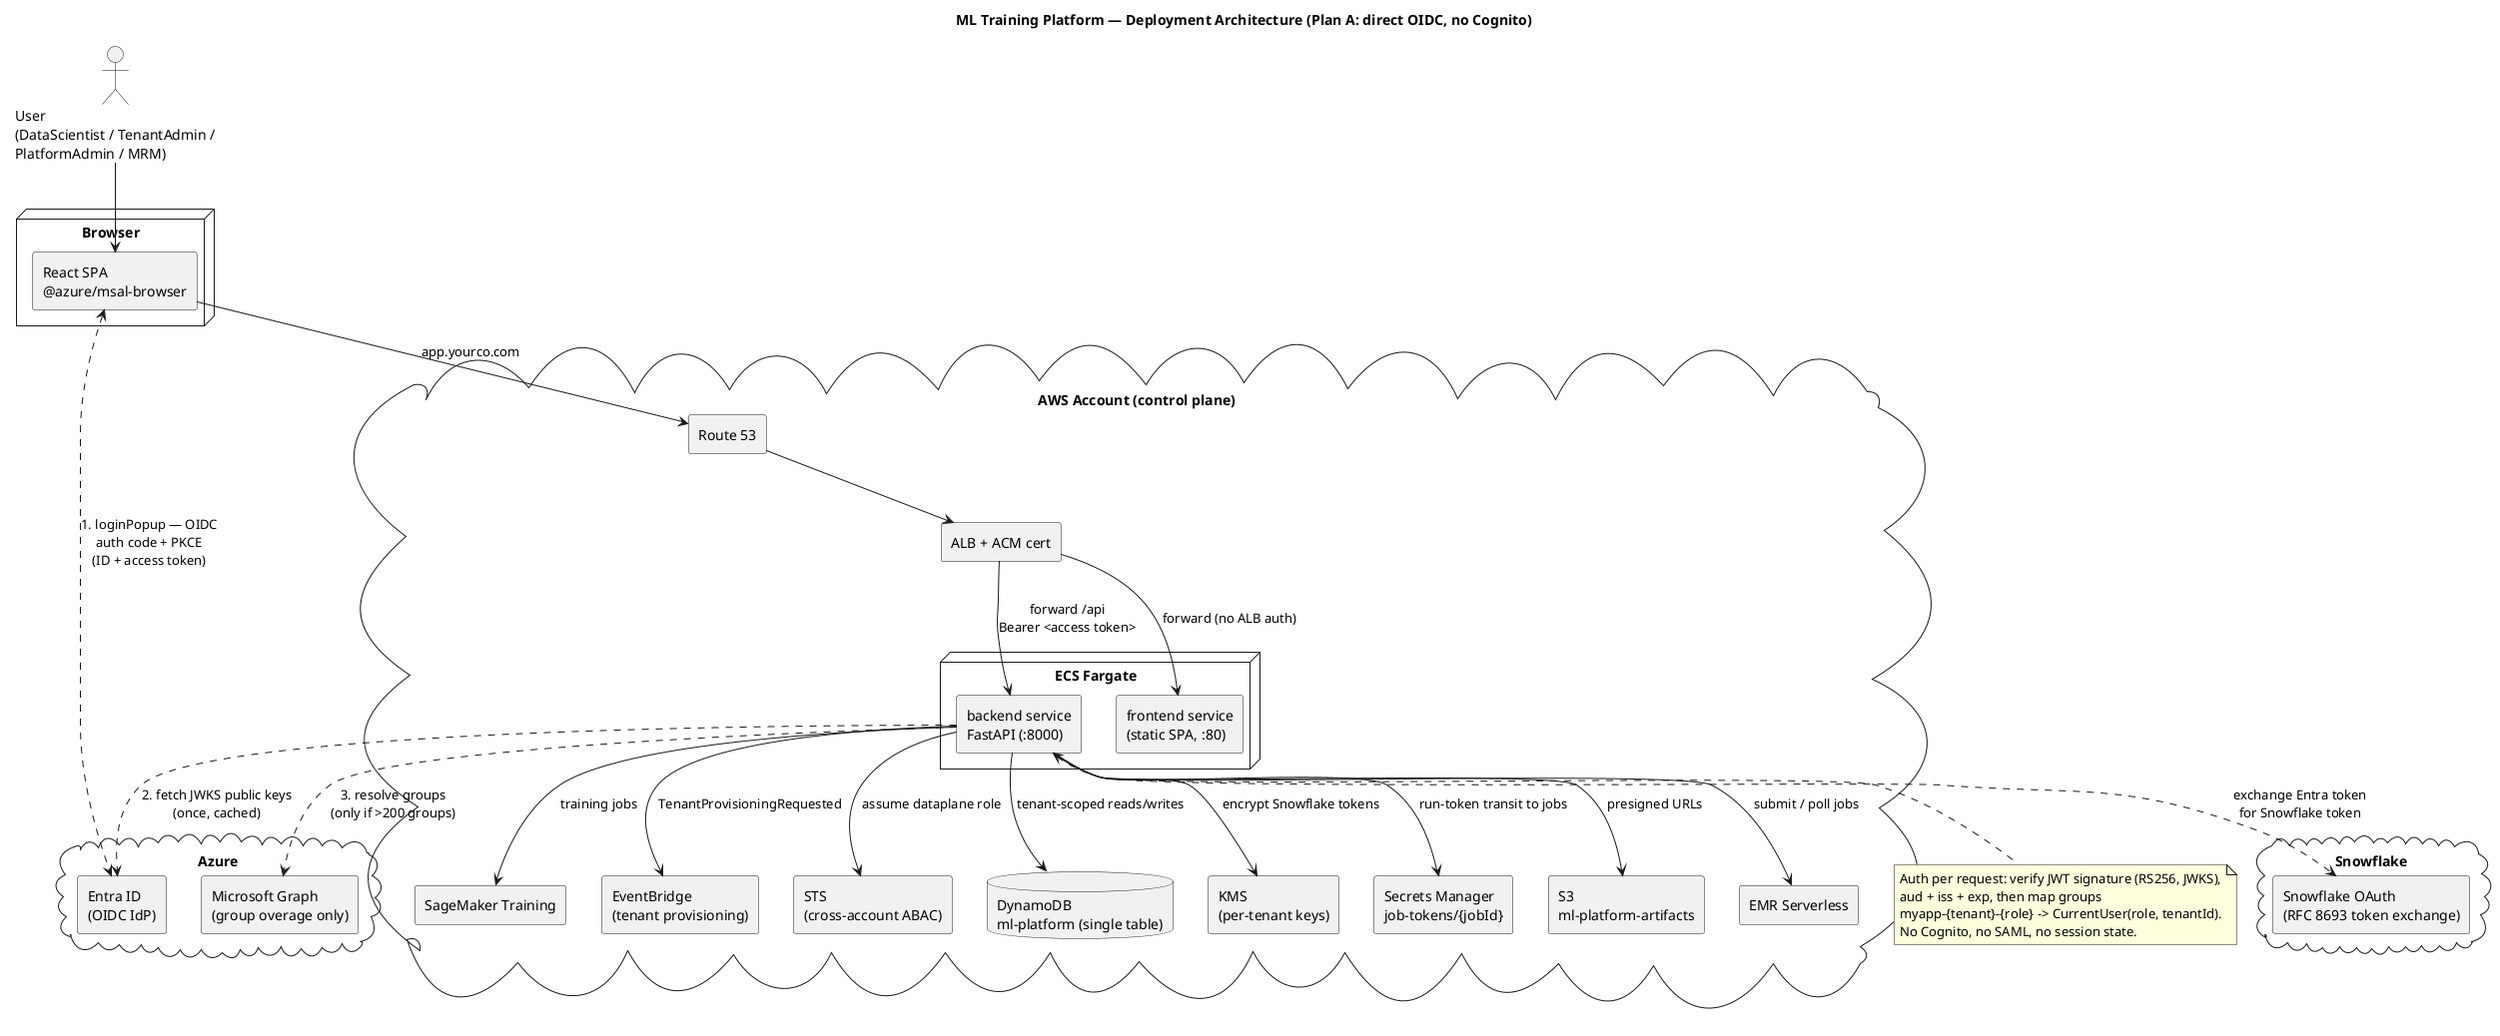
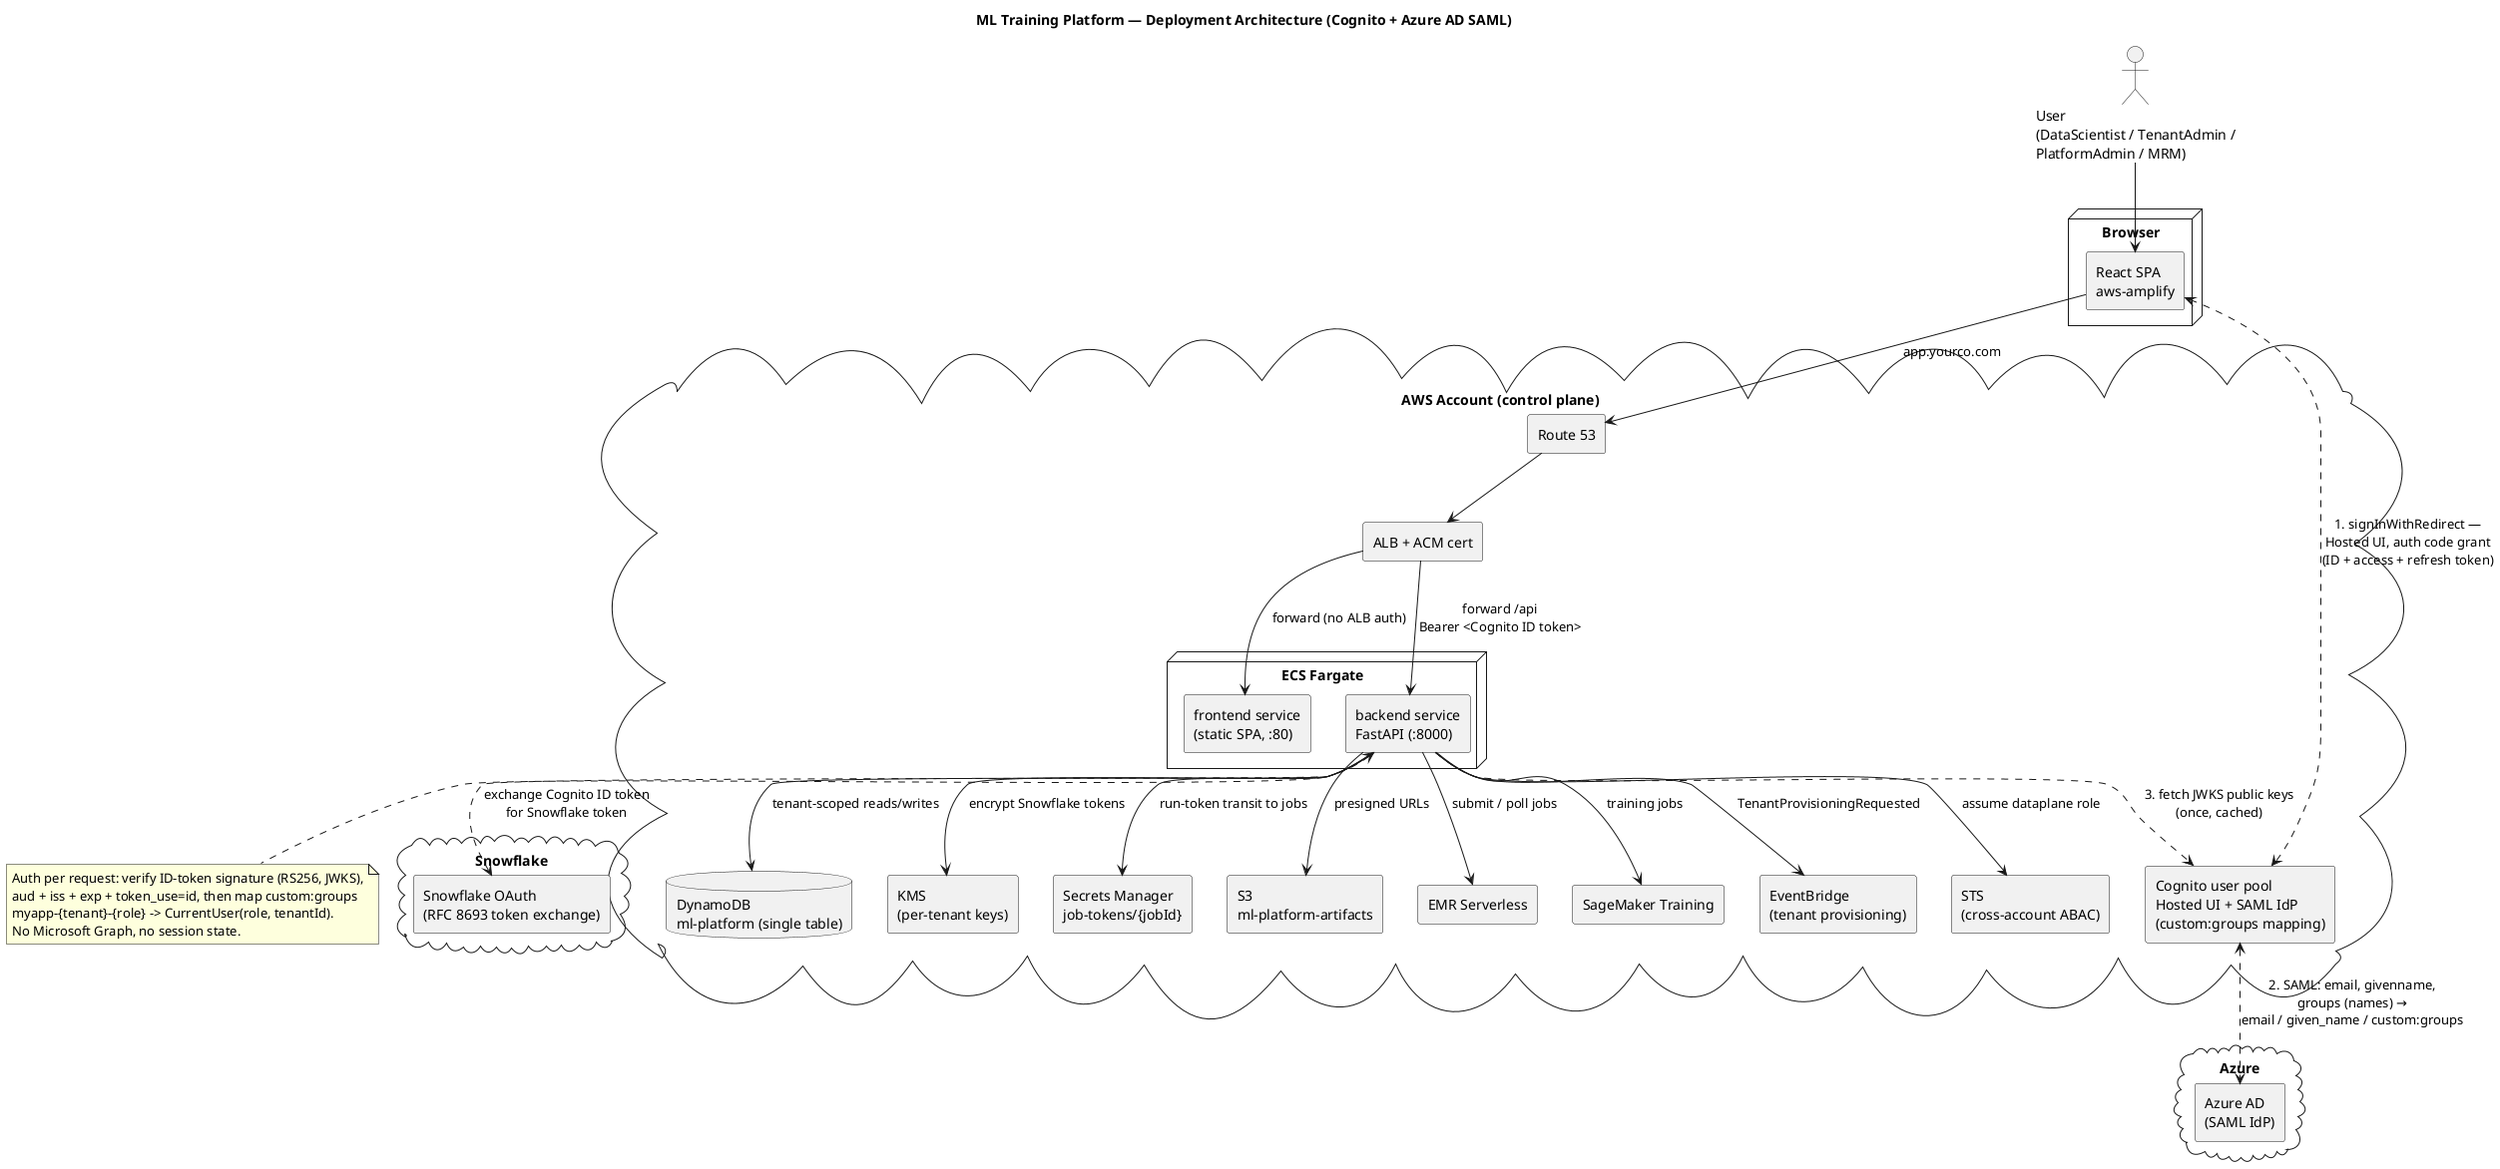
@startuml architecture
- title ML Training Platform — Deployment Architecture (Plan A: direct OIDC, no Cognito)
+ title ML Training Platform — Deployment Architecture (Cognito + Azure AD SAML)
skinparam componentStyle rectangle
skinparam shadowing false

actor "User\n(DataScientist / TenantAdmin /\nPlatformAdmin / MRM)" as user

cloud "Azure" {
-   [Entra ID\n(OIDC IdP)] as entra
-   [Microsoft Graph\n(group overage only)] as graph
+   [Azure AD\n(SAML IdP)] as azuread
}

node "Browser" {
-   [React SPA\n@azure/msal-browser] as spa
+   [React SPA\naws-amplify] as spa
}

cloud "AWS Account (control plane)" {
+   [Cognito user pool\nHosted UI + SAML IdP\n(custom:groups mapping)] as cognito
  [Route 53] as r53
  [ALB + ACM cert] as alb
  node "ECS Fargate" {
    [frontend service\n(static SPA, :80)] as fe
    [backend service\nFastAPI (:8000)] as be
  }
  database "DynamoDB\nml-platform (single table)" as ddb
  [KMS\n(per-tenant keys)] as kms
  [Secrets Manager\njob-tokens/{jobId}] as sm
  [S3\nml-platform-artifacts] as s3
  [EMR Serverless] as emr
  [SageMaker Training] as sgm
  [EventBridge\n(tenant provisioning)] as evb
  [STS\n(cross-account ABAC)] as sts
}

cloud "Snowflake" {
  [Snowflake OAuth\n(RFC 8693 token exchange)] as sf
}

user --> spa
- spa <..> entra : 1. loginPopup — OIDC\nauth code + PKCE\n(ID + access token)
+ spa <..> cognito : 1. signInWithRedirect —\nHosted UI, auth code grant\n(ID + access + refresh token)
+ cognito <..> azuread : 2. SAML: email, givenname,\ngroups (names) →\nemail / given_name / custom:groups
spa --> r53 : app.yourco.com
r53 --> alb
alb --> fe : forward (no ALB auth)
- alb --> be : forward /api\nBearer <access token>
- be ..> entra : 2. fetch JWKS public keys\n(once, cached)
- be ..> graph : 3. resolve groups\n(only if >200 groups)
+ alb --> be : forward /api\nBearer <Cognito ID token>
+ be ..> cognito : 3. fetch JWKS public keys\n(once, cached)
be --> ddb : tenant-scoped reads/writes
be --> kms : encrypt Snowflake tokens
be --> sm : run-token transit to jobs
be --> s3 : presigned URLs
be --> emr : submit / poll jobs
be --> sgm : training jobs
be --> evb : TenantProvisioningRequested
be --> sts : assume dataplane role
- be <..> sf : exchange Entra token\nfor Snowflake token
+ be <..> sf : exchange Cognito ID token\nfor Snowflake token

note bottom of be
-   Auth per request: verify JWT signature (RS256, JWKS),
-   aud + iss + exp, then map groups
+   Auth per request: verify ID-token signature (RS256, JWKS),
+   aud + iss + exp + token_use=id, then map custom:groups
  myapp-{tenant}-{role} -> CurrentUser(role, tenantId).
-   No Cognito, no SAML, no session state.
+   No Microsoft Graph, no session state.
end note
@enduml
